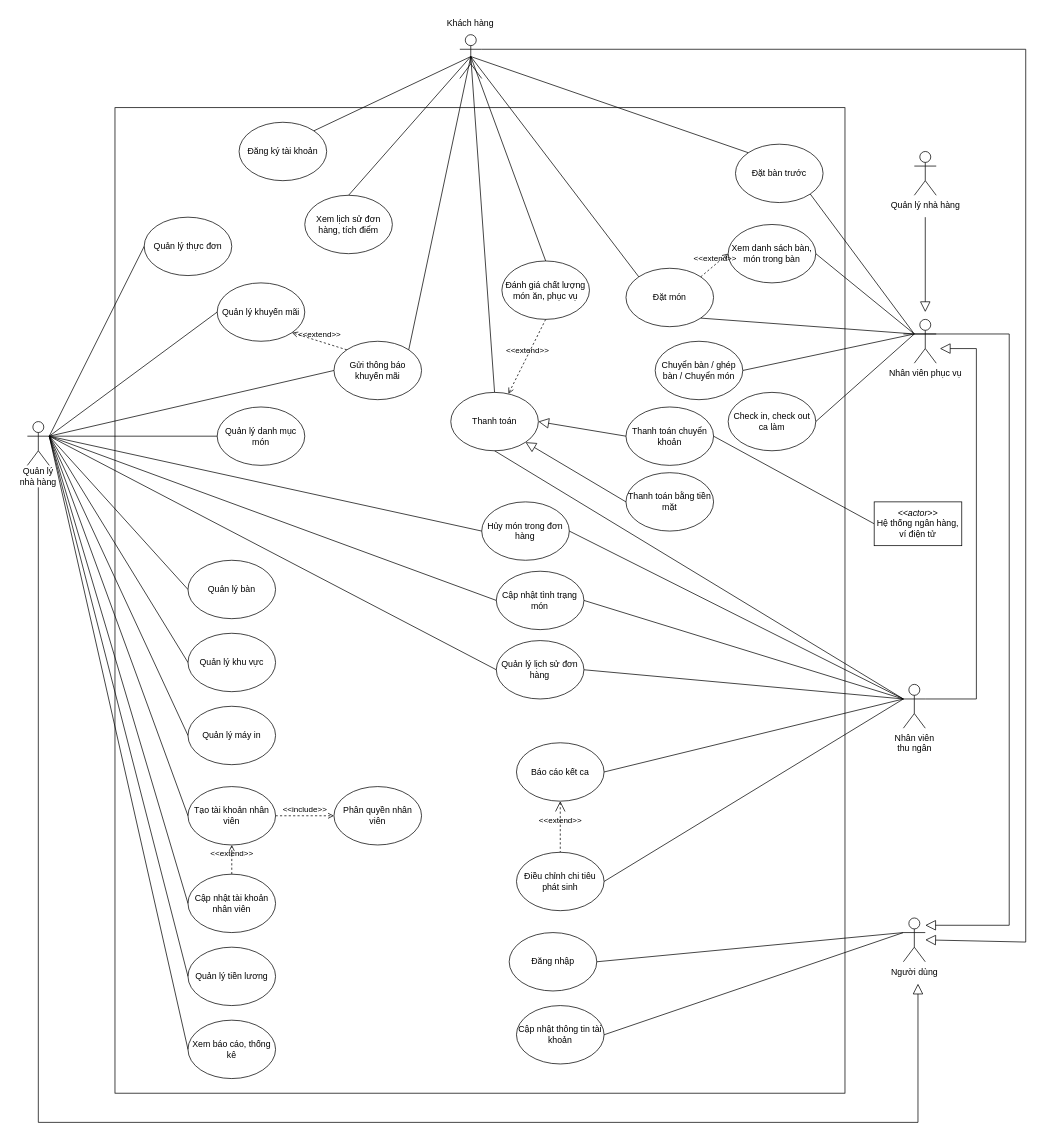
Earlier version of the draw.io diagram page "Use-case" (1 of 10) of BRD.drawio (duc-hai/GreenFeast). Source tidied: cells renumbered, new cells numbered last; positions are measured from the earlier drawing's top-left corner, leaving out a move shared by most shapes. Both pictures are drawn from the tidied source at 73%, with x=0, y=0 at pixel (12, 12).
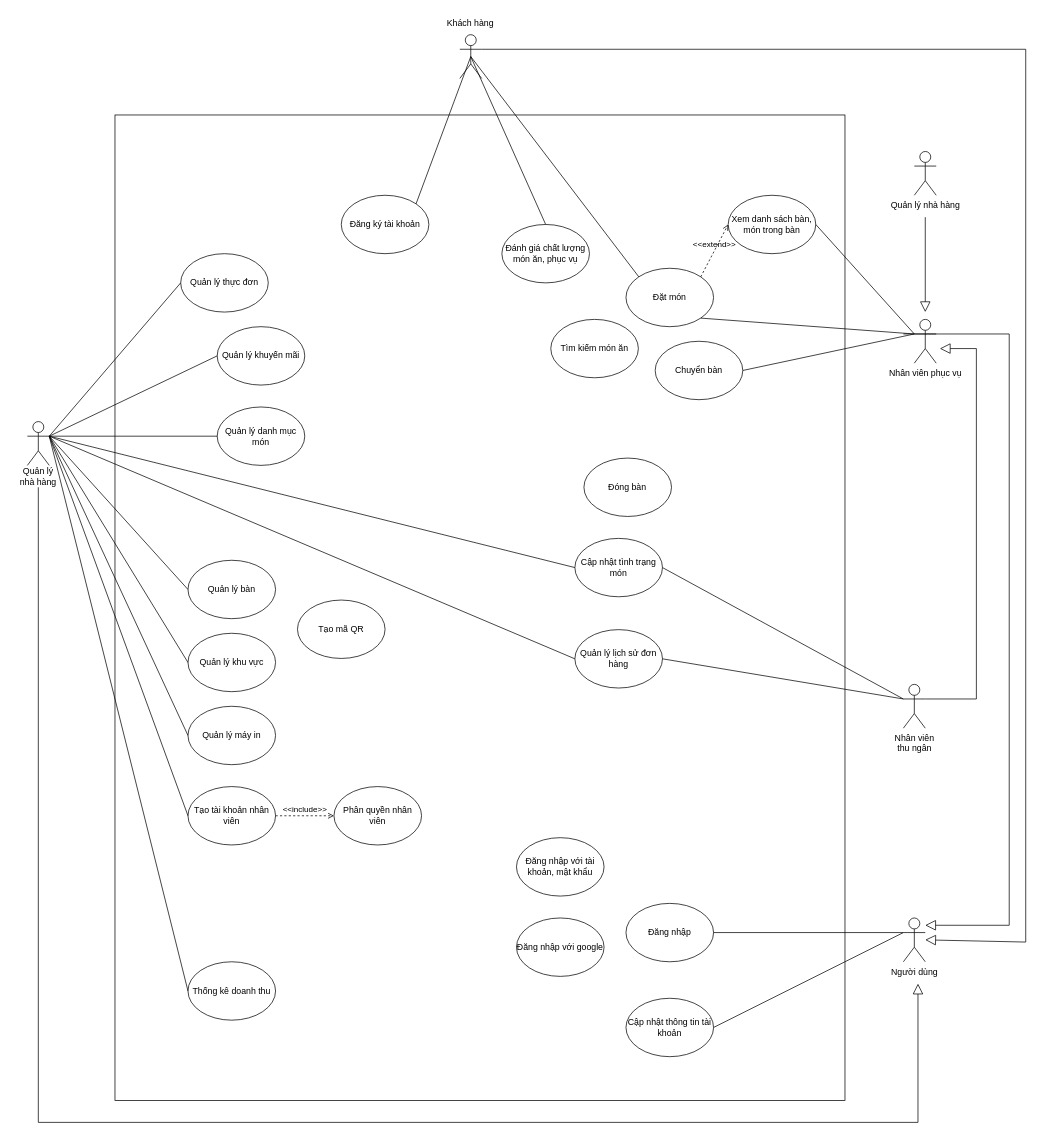
The same page after the edit.

The change refers to these unchanged cells:
```xml
<mxCell id="8" value="Tạo tài khoản nhân viên" style="ellipse;whiteSpace=wrap;html=1;" parent="1" vertex="1">
  <mxGeometry x="240" y="1060" width="120" height="80" as="geometry" />
</mxCell>
<mxCell id="11" style="shape=umlActor;verticalLabelPosition=bottom;verticalAlign=top;html=1;outlineConnect=0;" parent="1" vertex="1">
  <mxGeometry x="20" y="560" width="30" height="60" as="geometry" />
</mxCell>
<mxCell id="22" style="shape=umlActor;verticalLabelPosition=bottom;verticalAlign=top;html=1;outlineConnect=0;" parent="1" vertex="1">
  <mxGeometry x="612.4" y="30" width="30" height="60" as="geometry" />
</mxCell>
<mxCell id="36" value="Nhân viên&lt;br&gt;thu ngân" style="shape=umlActor;verticalLabelPosition=bottom;verticalAlign=top;html=1;outlineConnect=0;" parent="1" vertex="1">
  <mxGeometry x="1220" y="920" width="30" height="60" as="geometry" />
</mxCell>
<mxCell id="47" value="Nhân viên phục vụ" style="shape=umlActor;verticalLabelPosition=bottom;verticalAlign=top;html=1;outlineConnect=0;" parent="1" vertex="1">
  <mxGeometry x="1235" y="420" width="30" height="60" as="geometry" />
</mxCell>
```

Change to the diagram source:
```diff
@@
     <mxCell id="2" style="rounded=0;whiteSpace=wrap;html=1;" parent="1" vertex="1">
-      <mxGeometry x="140" y="130" width="1000" height="1350" as="geometry" />
+      <mxGeometry x="140" y="140" width="1000" height="1350" as="geometry" />
     </mxCell>
     <mxCell id="3" value="Quản lý thực đơn" style="ellipse;whiteSpace=wrap;html=1;" parent="1" vertex="1">
-      <mxGeometry x="180" y="280" width="120" height="80" as="geometry" />
+      <mxGeometry x="230" y="330" width="120" height="80" as="geometry" />
     </mxCell>
@@
     <mxCell id="7" value="Quản lý khuyến mãi" style="ellipse;whiteSpace=wrap;html=1;" parent="1" vertex="1">
-      <mxGeometry x="280" y="370" width="120" height="80" as="geometry" />
+      <mxGeometry x="280" y="430" width="120" height="80" as="geometry" />
     </mxCell>
@@
-    <mxCell id="9" value="Quản lý tiền lương" style="ellipse;whiteSpace=wrap;html=1;" parent="1" vertex="1">
-      <mxGeometry x="240" y="1280" width="120" height="80" as="geometry" />
-    </mxCell>
@@
-    <mxCell id="17" style="endArrow=none;html=1;rounded=0;entryX=0;entryY=0.5;entryDx=0;entryDy=0;exitX=1;exitY=0.3333333333333333;exitDx=0;exitDy=0;exitPerimeter=0;" parent="1" edge="1" source="11" target="9">
-      <mxGeometry relative="1" as="geometry" />
-    </mxCell>
@@
-    <mxCell id="19" value="Xem báo cáo, thống kê" style="ellipse;whiteSpace=wrap;html=1;" parent="1" vertex="1">
-      <mxGeometry x="240" y="1380" width="120" height="80" as="geometry" />
+    <mxCell id="19" value="Thống kê doanh thu" style="ellipse;whiteSpace=wrap;html=1;" parent="1" vertex="1">
+      <mxGeometry x="240" y="1300" width="120" height="80" as="geometry" />
     </mxCell>
@@
-    <mxCell id="23" value="Hủy món trong đơn hàng" style="ellipse;whiteSpace=wrap;html=1;" parent="1" vertex="1">
-      <mxGeometry x="642.4" y="670" width="120" height="80" as="geometry" />
-    </mxCell>
-    <mxCell id="24" value="Check in, check out ca làm" style="ellipse;whiteSpace=wrap;html=1;" parent="1" vertex="1">
-      <mxGeometry x="980" y="520" width="120" height="80" as="geometry" />
-    </mxCell>
@@
-    <mxCell id="26" style="endArrow=none;html=1;rounded=0;entryX=0;entryY=0.5;entryDx=0;entryDy=0;exitX=1;exitY=0.3333333333333333;exitDx=0;exitDy=0;exitPerimeter=0;" parent="1" edge="1" source="11" target="23">
-      <mxGeometry relative="1" as="geometry" />
-    </mxCell>
-    <mxCell id="27" style="endArrow=none;html=1;rounded=0;entryX=0;entryY=0.3333333333333333;entryDx=0;entryDy=0;exitX=1;exitY=0.5;exitDx=0;exitDy=0;entryPerimeter=0;" parent="1" edge="1" source="24" target="47">
-      <mxGeometry relative="1" as="geometry" />
-    </mxCell>
@@
-    <mxCell id="29" value="Báo cáo kết ca" style="ellipse;whiteSpace=wrap;html=1;" parent="1" vertex="1">
-      <mxGeometry x="690" y="1000" width="120" height="80" as="geometry" />
-    </mxCell>
-    <mxCell id="30" value="Đặt bàn trước" style="ellipse;whiteSpace=wrap;html=1;" parent="1" vertex="1">
-      <mxGeometry x="990" y="180" width="120" height="80" as="geometry" />
-    </mxCell>
-    <mxCell id="31" style="endArrow=none;html=1;rounded=0;entryX=0;entryY=0;entryDx=0;entryDy=0;exitX=0.5;exitY=0.5;exitDx=0;exitDy=0;exitPerimeter=0;" parent="1" edge="1" source="22" target="30">
-      <mxGeometry relative="1" as="geometry" />
-    </mxCell>
     <mxCell id="32" value="Đăng ký tài khoản" style="ellipse;whiteSpace=wrap;html=1;" parent="1" vertex="1">
-      <mxGeometry x="310" y="150" width="120" height="80" as="geometry" />
+      <mxGeometry x="450" y="250" width="120" height="80" as="geometry" />
     </mxCell>
@@
-    <mxCell id="34" value="Xem lịch sử đơn hàng, tích điểm" style="ellipse;whiteSpace=wrap;html=1;" parent="1" vertex="1">
-      <mxGeometry x="400" y="250" width="120" height="80" as="geometry" />
-    </mxCell>
-    <mxCell id="35" style="endArrow=none;html=1;rounded=0;entryX=0.5;entryY=0;entryDx=0;entryDy=0;exitX=0.5;exitY=0.5;exitDx=0;exitDy=0;exitPerimeter=0;" parent="1" edge="1" source="22" target="34">
-      <mxGeometry relative="1" as="geometry" />
-    </mxCell>
@@
-    <mxCell id="37" value="Điều chỉnh chi tiêu phát sinh" style="ellipse;whiteSpace=wrap;html=1;" parent="1" vertex="1">
-      <mxGeometry x="690" y="1150" width="120" height="80" as="geometry" />
-    </mxCell>
@@
     <mxCell id="41" value="Đăng nhập" style="ellipse;whiteSpace=wrap;html=1;" parent="1" vertex="1">
-      <mxGeometry x="680" y="1260" width="120" height="80" as="geometry" />
+      <mxGeometry x="840" y="1220" width="120" height="80" as="geometry" />
     </mxCell>
@@
-    <mxCell id="44" value="Thanh toán" style="ellipse;whiteSpace=wrap;html=1;" parent="1" vertex="1">
-      <mxGeometry x="600" y="520" width="120" height="80" as="geometry" />
-    </mxCell>
-    <mxCell id="45" style="endArrow=none;html=1;rounded=0;entryX=0;entryY=0.3333333333333333;entryDx=0;entryDy=0;exitX=1;exitY=1;exitDx=0;exitDy=0;entryPerimeter=0;" parent="1" edge="1" source="30" target="47">
-      <mxGeometry relative="1" as="geometry" />
-    </mxCell>
@@
-    <mxCell id="48" style="endArrow=none;html=1;rounded=0;entryX=0;entryY=0.3333333333333333;entryDx=0;entryDy=0;exitX=1;exitY=0.5;exitDx=0;exitDy=0;entryPerimeter=0;" parent="1" edge="1" source="29" target="36">
-      <mxGeometry relative="1" as="geometry" />
-    </mxCell>
-    <mxCell id="49" style="endArrow=none;html=1;rounded=0;entryX=0;entryY=0.3333333333333333;entryDx=0;entryDy=0;exitX=1;exitY=0.5;exitDx=0;exitDy=0;entryPerimeter=0;" parent="1" edge="1" source="37" target="36">
-      <mxGeometry relative="1" as="geometry" />
-    </mxCell>
-    <mxCell id="50" style="endArrow=none;html=1;rounded=0;entryX=0;entryY=0.3333333333333333;entryDx=0;entryDy=0;exitX=0.5;exitY=1;exitDx=0;exitDy=0;entryPerimeter=0;" parent="1" edge="1" source="44" target="36">
-      <mxGeometry relative="1" as="geometry" />
-    </mxCell>
-    <mxCell id="51" style="endArrow=none;html=1;rounded=0;exitX=0.5;exitY=0;exitDx=0;exitDy=0;entryX=0.5;entryY=0.5;entryDx=0;entryDy=0;entryPerimeter=0;" parent="1" edge="1" source="44" target="22">
-      <mxGeometry relative="1" as="geometry" />
-    </mxCell>
-    <mxCell id="52" value="Thanh toán bằng tiền mặt" style="ellipse;whiteSpace=wrap;html=1;" parent="1" vertex="1">
-      <mxGeometry x="840" y="630" width="120" height="80" as="geometry" />
-    </mxCell>
-    <mxCell id="53" value="Thanh toán chuyển khoản" style="ellipse;whiteSpace=wrap;html=1;" parent="1" vertex="1">
-      <mxGeometry x="840" y="540" width="120" height="80" as="geometry" />
-    </mxCell>
-    <mxCell id="54" style="edgeStyle=none;html=1;endSize=12;endArrow=block;endFill=0;rounded=0;exitX=0;exitY=0.5;exitDx=0;exitDy=0;entryX=1;entryY=0.5;entryDx=0;entryDy=0;" parent="1" edge="1" source="53" target="44">
-      <mxGeometry relative="1" as="geometry" />
-    </mxCell>
-    <mxCell id="55" style="endArrow=none;html=1;rounded=0;entryX=0;entryY=0.5;entryDx=0;entryDy=0;exitX=1;exitY=0.5;exitDx=0;exitDy=0;" parent="1" edge="1" source="53" target="56">
-      <mxGeometry relative="1" as="geometry" />
-    </mxCell>
-    <mxCell id="56" value="&lt;i&gt;&amp;lt;&amp;lt;actor&amp;gt;&amp;gt;&lt;/i&gt;&lt;br&gt;Hệ thống ngân hàng, ví điện tử" style="rounded=0;whiteSpace=wrap;html=1;" parent="1" vertex="1">
-      <mxGeometry x="1180" y="670" width="120" height="60" as="geometry" />
-    </mxCell>
-    <mxCell id="57" value="Gửi thông báo khuyến mãi" style="ellipse;whiteSpace=wrap;html=1;" parent="1" vertex="1">
-      <mxGeometry x="440" y="450" width="120" height="80" as="geometry" />
-    </mxCell>
-    <mxCell id="58" style="endArrow=none;html=1;rounded=0;entryX=0;entryY=0.5;entryDx=0;entryDy=0;exitX=1;exitY=0.3333333333333333;exitDx=0;exitDy=0;exitPerimeter=0;" parent="1" edge="1" source="11" target="57">
-      <mxGeometry relative="1" as="geometry" />
-    </mxCell>
-    <mxCell id="59" style="endArrow=none;html=1;rounded=0;entryX=1;entryY=0;entryDx=0;entryDy=0;exitX=0.5;exitY=0.5;exitDx=0;exitDy=0;exitPerimeter=0;" parent="1" edge="1" source="22" target="57">
-      <mxGeometry relative="1" as="geometry" />
-    </mxCell>
-    <mxCell id="60" value="Chuyển bàn / ghép bàn / Chuyển món" style="ellipse;whiteSpace=wrap;html=1;" parent="1" vertex="1">
+    <mxCell id="60" value="Chuyển bàn" style="ellipse;whiteSpace=wrap;html=1;" parent="1" vertex="1">
       <mxGeometry x="880" y="450" width="120" height="80" as="geometry" />
     </mxCell>
-    <mxCell id="61" style="edgeStyle=none;html=1;endSize=12;endArrow=block;endFill=0;rounded=0;exitX=0;exitY=0.5;exitDx=0;exitDy=0;entryX=1;entryY=1;entryDx=0;entryDy=0;" parent="1" edge="1" source="52" target="44">
-      <mxGeometry relative="1" as="geometry" />
-    </mxCell>
-    <mxCell id="62" style="endArrow=none;html=1;rounded=0;entryX=0;entryY=0.3333333333333333;entryDx=0;entryDy=0;exitX=1;exitY=0.5;exitDx=0;exitDy=0;entryPerimeter=0;" parent="1" edge="1" source="23" target="36">
-      <mxGeometry relative="1" as="geometry" />
-    </mxCell>
@@
     <mxCell id="69" value="Cập nhật tình trạng món" style="ellipse;whiteSpace=wrap;html=1;" parent="1" vertex="1">
-      <mxGeometry x="662.4" y="765" width="120" height="80" as="geometry" />
+      <mxGeometry x="770" y="720" width="120" height="80" as="geometry" />
     </mxCell>
     <mxCell id="70" value="Xem danh sách bàn, món trong bàn" style="ellipse;whiteSpace=wrap;html=1;" parent="1" vertex="1">
-      <mxGeometry x="980" y="290" width="120" height="80" as="geometry" />
+      <mxGeometry x="980" y="250" width="120" height="80" as="geometry" />
     </mxCell>
@@
     <mxCell id="74" value="Đánh giá chất lượng món ăn, phục vụ" style="ellipse;whiteSpace=wrap;html=1;" parent="1" vertex="1">
-      <mxGeometry x="670" y="340" width="120" height="80" as="geometry" />
+      <mxGeometry x="670" y="290" width="120" height="80" as="geometry" />
     </mxCell>
@@
-    <mxCell id="77" value="&amp;lt;&amp;lt;extend&amp;gt;&amp;gt;" style="edgeStyle=none;html=1;startArrow=open;endArrow=none;startSize=12;verticalAlign=bottom;dashed=1;labelBackgroundColor=none;rounded=0;exitX=0.5;exitY=1;exitDx=0;exitDy=0;entryX=0.5;entryY=0;entryDx=0;entryDy=0;" parent="1" edge="1" source="29" target="37">
-      <mxGeometry relative="1" as="geometry" />
-    </mxCell>
-    <mxCell id="78" value="Cập nhật tài khoản nhân viên" style="ellipse;whiteSpace=wrap;html=1;" parent="1" vertex="1">
-      <mxGeometry x="240" y="1180" width="120" height="80" as="geometry" />
-    </mxCell>
-    <mxCell id="79" style="endArrow=none;html=1;rounded=0;entryX=0;entryY=0.5;entryDx=0;entryDy=0;exitX=1;exitY=0.3333333333333333;exitDx=0;exitDy=0;exitPerimeter=0;" parent="1" edge="1" source="11" target="78">
-      <mxGeometry relative="1" as="geometry" />
-    </mxCell>
-    <mxCell id="80" value="&amp;lt;&amp;lt;extend&amp;gt;&amp;gt;" style="html=1;verticalAlign=bottom;labelBackgroundColor=none;endArrow=open;endFill=0;dashed=1;rounded=0;exitX=0.5;exitY=0;exitDx=0;exitDy=0;entryX=0.5;entryY=1;entryDx=0;entryDy=0;" parent="1" edge="1" source="78" target="8">
-      <mxGeometry relative="1" as="geometry" />
-    </mxCell>
     <mxCell id="81" value="Cập nhật thông tin tài khoản" style="ellipse;whiteSpace=wrap;html=1;" parent="1" vertex="1">
-      <mxGeometry x="690" y="1360" width="120" height="80" as="geometry" />
+      <mxGeometry x="840" y="1350" width="120" height="80" as="geometry" />
     </mxCell>
@@
     <mxCell id="83" value="Quản lý lịch sử đơn hàng" style="ellipse;whiteSpace=wrap;html=1;" parent="1" vertex="1">
-      <mxGeometry x="662.4" y="860" width="120" height="80" as="geometry" />
+      <mxGeometry x="770" y="845" width="120" height="80" as="geometry" />
     </mxCell>
-    <mxCell id="84" value="&amp;lt;&amp;lt;extend&amp;gt;&amp;gt;" style="html=1;verticalAlign=bottom;labelBackgroundColor=none;endArrow=open;endFill=0;dashed=1;rounded=0;entryX=1;entryY=1;entryDx=0;entryDy=0;exitX=0;exitY=0;exitDx=0;exitDy=0;" parent="1" edge="1" source="57" target="7">
-      <mxGeometry relative="1" as="geometry" />
-    </mxCell>
@@
-    <mxCell id="89" value="&amp;lt;&amp;lt;extend&amp;gt;&amp;gt;" style="html=1;verticalAlign=bottom;labelBackgroundColor=none;endArrow=open;endFill=0;dashed=1;rounded=0;exitX=0.5;exitY=1;exitDx=0;exitDy=0;" parent="1" edge="1" source="74" target="44">
-      <mxGeometry relative="1" as="geometry" />
-    </mxCell>
+    <mxCell id="90" value="Đăng nhập với tài khoản, mật khẩu" style="ellipse;whiteSpace=wrap;html=1;" parent="1" vertex="1">
+      <mxGeometry x="690" y="1130" width="120" height="80" as="geometry" />
+    </mxCell>
+    <mxCell id="91" value="Đăng nhập với google" style="ellipse;whiteSpace=wrap;html=1;" parent="1" vertex="1">
+      <mxGeometry x="690" y="1240" width="120" height="80" as="geometry" />
+    </mxCell>
+    <mxCell id="92" value="Tạo mã QR" style="ellipse;whiteSpace=wrap;html=1;" parent="1" vertex="1">
+      <mxGeometry x="390" y="804.5" width="120" height="80" as="geometry" />
+    </mxCell>
+    <mxCell id="93" value="Đóng bàn" style="ellipse;whiteSpace=wrap;html=1;" parent="1" vertex="1">
+      <mxGeometry x="782.4" y="610" width="120" height="80" as="geometry" />
+    </mxCell>
+    <mxCell id="94" value="Tìm kiếm món ăn" style="ellipse;whiteSpace=wrap;html=1;" parent="1" vertex="1">
+      <mxGeometry x="737" y="420" width="120" height="80" as="geometry" />
+    </mxCell>
```
